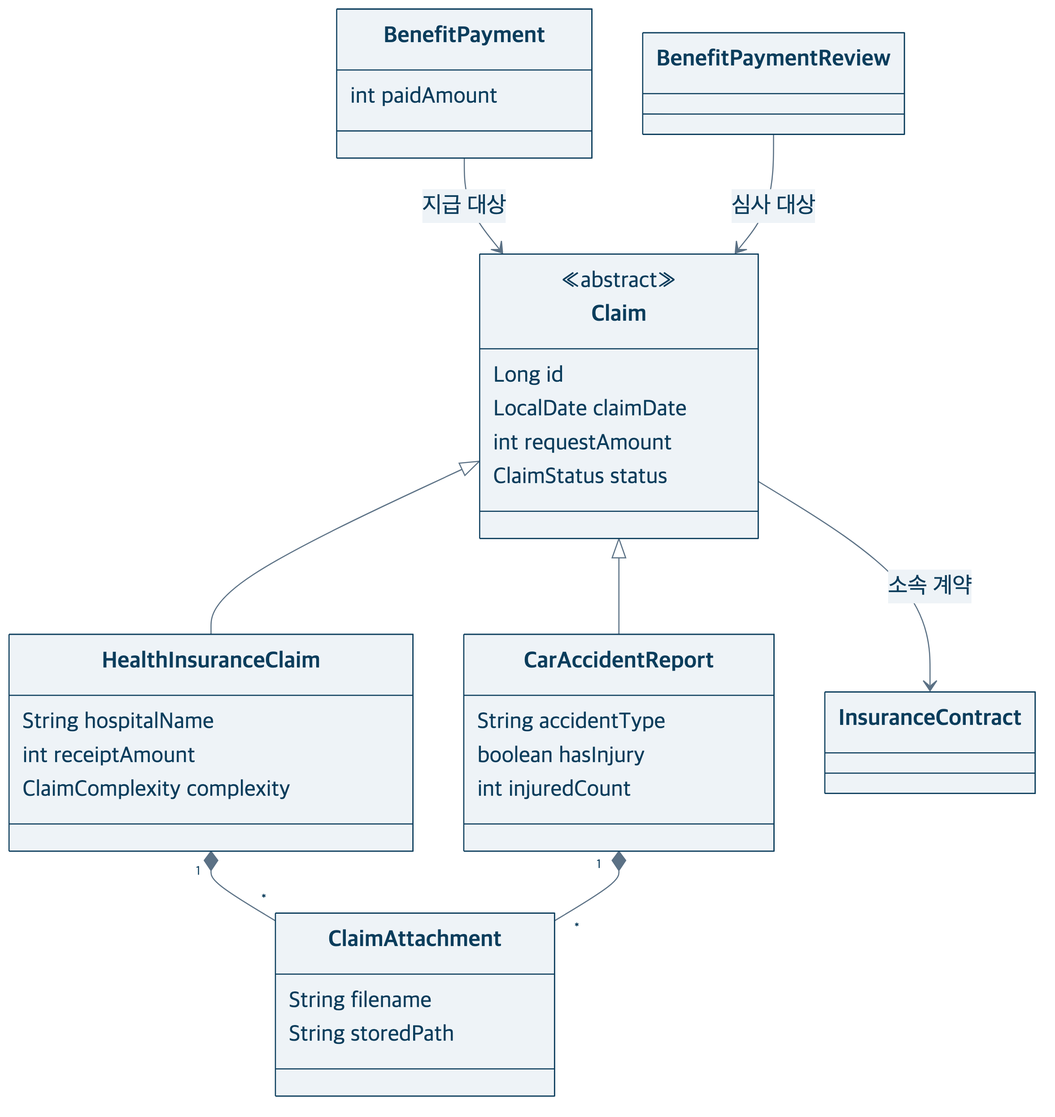
Earlier version of the Mermaid export docs/presentation/diagrams/clusters/claim-code.png (heyoonyoon/distributed-programming). Its source is kept beside it as docs/presentation/diagrams/clusters/claim-code.mmd.
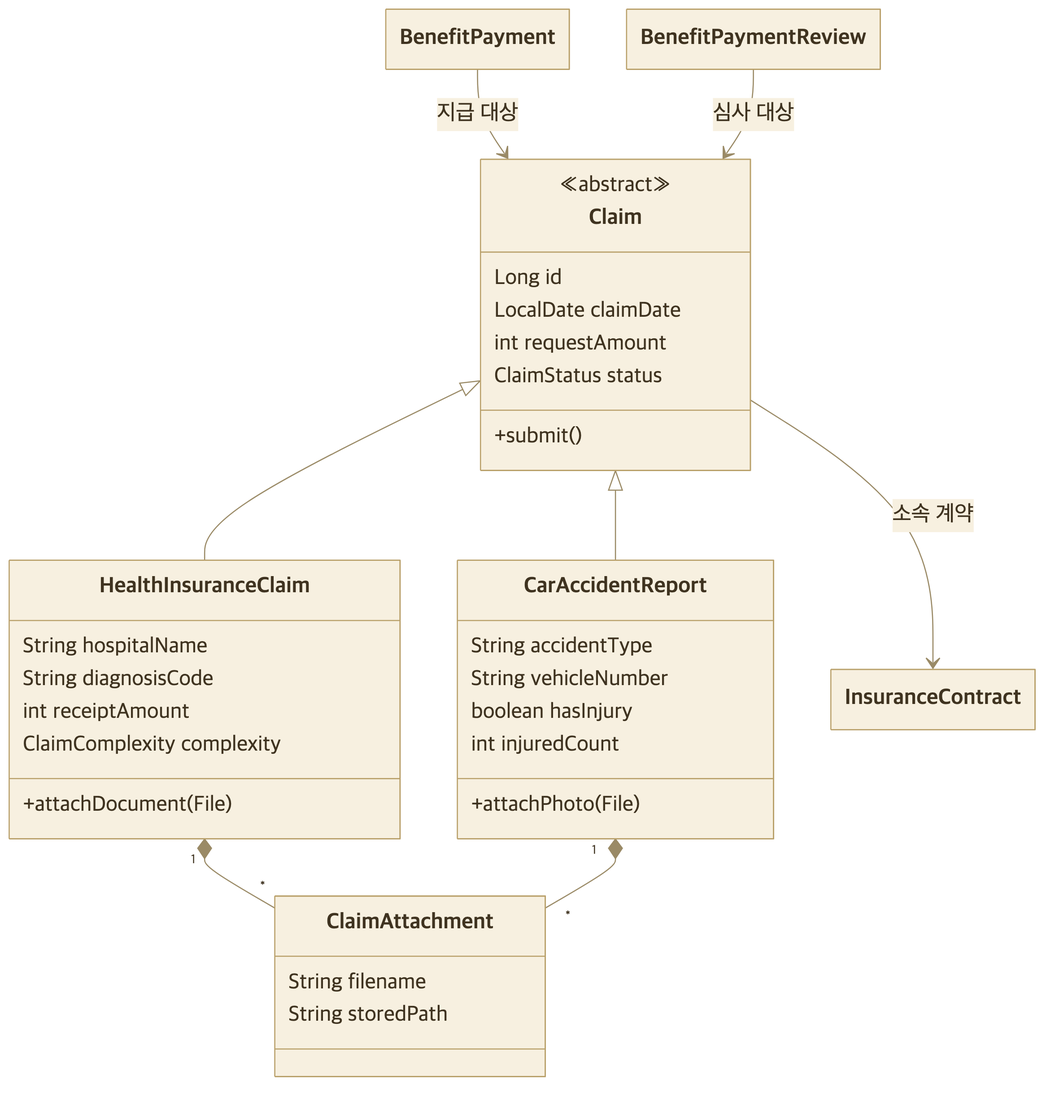
The same diagram one commit later.

What changed in the source:
```diff
@@ -6,25 +6,28 @@
   LocalDate claimDate
   int requestAmount
   ClaimStatus status
+  +submit()
 }
 class HealthInsuranceClaim {
   String hospitalName
+  String diagnosisCode
   int receiptAmount
   ClaimComplexity complexity
+  +attachDocument(File)
 }
 class CarAccidentReport {
   String accidentType
+  String vehicleNumber
   boolean hasInjury
   int injuredCount
+  +attachPhoto(File)
 }
 class ClaimAttachment {
   String filename
   String storedPath
 }
 class InsuranceContract
-class BenefitPayment {
-  int paidAmount
-}
+class BenefitPayment
 class BenefitPaymentReview
 Claim <|-- HealthInsuranceClaim
 Claim <|-- CarAccidentReport
```
